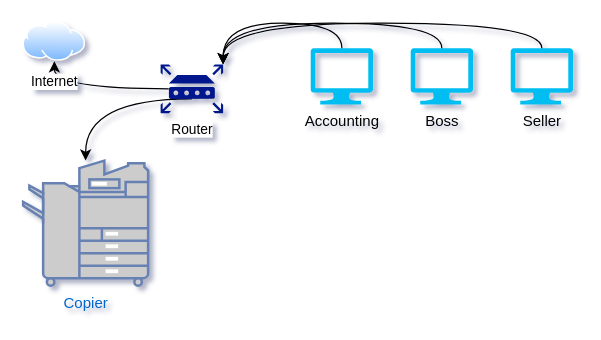
Before: structure.drawio in akeelow/stepinfra, a draw.io diagram. Source tidied: cells renumbered, new cells numbered last; positions are measured from the earlier drawing's top-left corner, leaving out a move shared by most shapes. Both pictures are drawn from the tidied source at 125%, with x=0, y=0 at pixel (22, 21).
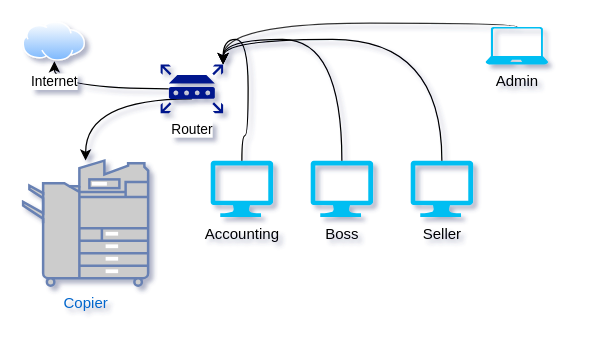
The same page after the edit.

Change to the diagram source:
```diff
@@
 <mxGraphModel shadow="1">
   <root>
     <mxCell id="0" />
     <mxCell id="1" parent="0" />
+    <mxCell id="13" style="edgeStyle=orthogonalEdgeStyle;rounded=0;jettySize=auto;html=1;entryX=1;entryY=0;entryDx=0;entryDy=0;entryPerimeter=0;curved=1;strokeColor=#333333;" parent="1" edge="1" source="14" target="8">
+      <mxGeometry relative="1" as="geometry">
+        <Array as="points">
+          <mxPoint x="395" y="1" />
+          <mxPoint x="160" y="1" />
+        </Array>
+      </mxGeometry>
+    </mxCell>
     <mxCell id="2" value="Accounting" style="verticalLabelPosition=bottom;html=1;verticalAlign=top;align=center;strokeColor=none;fillColor=#00BEF2;shape=mxgraph.azure.computer;" parent="1" vertex="1">
-      <mxGeometry x="230" y="21" width="50" height="45" as="geometry" />
+      <mxGeometry x="150" y="111" width="50" height="45" as="geometry" />
     </mxCell>
     <mxCell id="3" value="Seller" style="verticalLabelPosition=bottom;html=1;verticalAlign=top;align=center;strokeColor=none;fillColor=#00BEF2;shape=mxgraph.azure.computer;rotation=0;" parent="1" vertex="1">
-      <mxGeometry x="390" y="21" width="50" height="45" as="geometry" />
+      <mxGeometry x="310" y="111" width="50" height="45" as="geometry" />
     </mxCell>
     <mxCell id="4" value="Boss" style="verticalLabelPosition=bottom;html=1;verticalAlign=top;align=center;strokeColor=none;fillColor=#00BEF2;shape=mxgraph.azure.computer;" parent="1" vertex="1">
-      <mxGeometry x="310" y="21" width="50" height="45" as="geometry" />
+      <mxGeometry x="230" y="111" width="50" height="45" as="geometry" />
     </mxCell>
     <mxCell id="5" value="Copier" style="fontColor=#0066CC;verticalAlign=top;verticalLabelPosition=bottom;labelPosition=center;align=center;html=1;outlineConnect=0;fillColor=#CCCCCC;strokeColor=#6881B3;gradientColor=none;gradientDirection=north;strokeWidth=2;shape=mxgraph.networks.copier;" parent="1" vertex="1">
       <mxGeometry y="111" width="100" height="100" as="geometry" />
     </mxCell>
     <mxCell id="6" style="edgeStyle=orthogonalEdgeStyle;curved=1;rounded=0;jettySize=auto;html=1;exitX=0.13;exitY=0.5;exitDx=0;exitDy=0;exitPerimeter=0;strokeColor=default;align=center;verticalAlign=middle;fontFamily=Helvetica;fontSize=11;fontColor=default;labelBackgroundColor=default;endArrow=classic;" parent="1" edge="1" source="8" target="9">
       <mxGeometry relative="1" as="geometry" />
     </mxCell>
     <mxCell id="7" style="edgeStyle=orthogonalEdgeStyle;curved=1;rounded=0;jettySize=auto;html=1;exitX=0.5;exitY=0.71;exitDx=0;exitDy=0;exitPerimeter=0;strokeColor=default;align=center;verticalAlign=middle;fontFamily=Helvetica;fontSize=11;fontColor=default;labelBackgroundColor=default;endArrow=classic;" parent="1" edge="1" source="8" target="5">
       <mxGeometry relative="1" as="geometry" />
     </mxCell>
     <mxCell id="8" value="Router" style="sketch=0;shadow=0;dashed=0;html=1;strokeColor=none;labelPosition=center;verticalLabelPosition=bottom;verticalAlign=top;align=center;fillColor=#00188D;shape=mxgraph.mscae.enterprise.router;fontFamily=Helvetica;fontSize=11;fontColor=default;labelBackgroundColor=default;" parent="1" vertex="1">
       <mxGeometry x="110" y="34" width="50" height="39" as="geometry" />
     </mxCell>
     <mxCell id="9" value="Internet" style="image;perimeter=ellipsePerimeter;html=1;align=center;shadow=0;dashed=0;spacingTop=3;image=img/lib/active_directory/internet_cloud.svg;fontFamily=Helvetica;fontSize=11;fontColor=default;labelBackgroundColor=default;" parent="1" vertex="1">
       <mxGeometry width="50" height="31.5" as="geometry" />
     </mxCell>
     <mxCell id="10" style="edgeStyle=orthogonalEdgeStyle;curved=1;rounded=0;jettySize=auto;html=1;exitX=0.5;exitY=0;exitDx=0;exitDy=0;exitPerimeter=0;entryX=1;entryY=0;entryDx=0;entryDy=0;entryPerimeter=0;strokeColor=default;align=center;verticalAlign=middle;fontFamily=Helvetica;fontSize=11;fontColor=default;labelBackgroundColor=default;endArrow=classic;" parent="1" edge="1" source="2" target="8">
       <mxGeometry relative="1" as="geometry" />
     </mxCell>
     <mxCell id="11" style="edgeStyle=orthogonalEdgeStyle;curved=1;rounded=0;jettySize=auto;html=1;exitX=0.5;exitY=0;exitDx=0;exitDy=0;exitPerimeter=0;entryX=1;entryY=0;entryDx=0;entryDy=0;entryPerimeter=0;strokeColor=default;align=center;verticalAlign=middle;fontFamily=Helvetica;fontSize=11;fontColor=default;labelBackgroundColor=default;endArrow=classic;" parent="1" edge="1" source="4" target="8">
       <mxGeometry relative="1" as="geometry" />
     </mxCell>
     <mxCell id="12" style="edgeStyle=orthogonalEdgeStyle;curved=1;rounded=0;jettySize=auto;html=1;exitX=0.5;exitY=0;exitDx=0;exitDy=0;exitPerimeter=0;entryX=1;entryY=0;entryDx=0;entryDy=0;entryPerimeter=0;strokeColor=default;align=center;verticalAlign=middle;fontFamily=Helvetica;fontSize=11;fontColor=default;labelBackgroundColor=default;endArrow=classic;" parent="1" edge="1" source="3" target="8">
       <mxGeometry relative="1" as="geometry" />
     </mxCell>
+    <mxCell id="14" value="Admin" style="verticalLabelPosition=bottom;html=1;verticalAlign=top;align=center;strokeColor=none;fillColor=#00BEF2;shape=mxgraph.azure.laptop;" parent="1" vertex="1">
+      <mxGeometry x="370" y="4" width="50" height="30" as="geometry" />
+    </mxCell>
   </root>
 </mxGraphModel>
```
